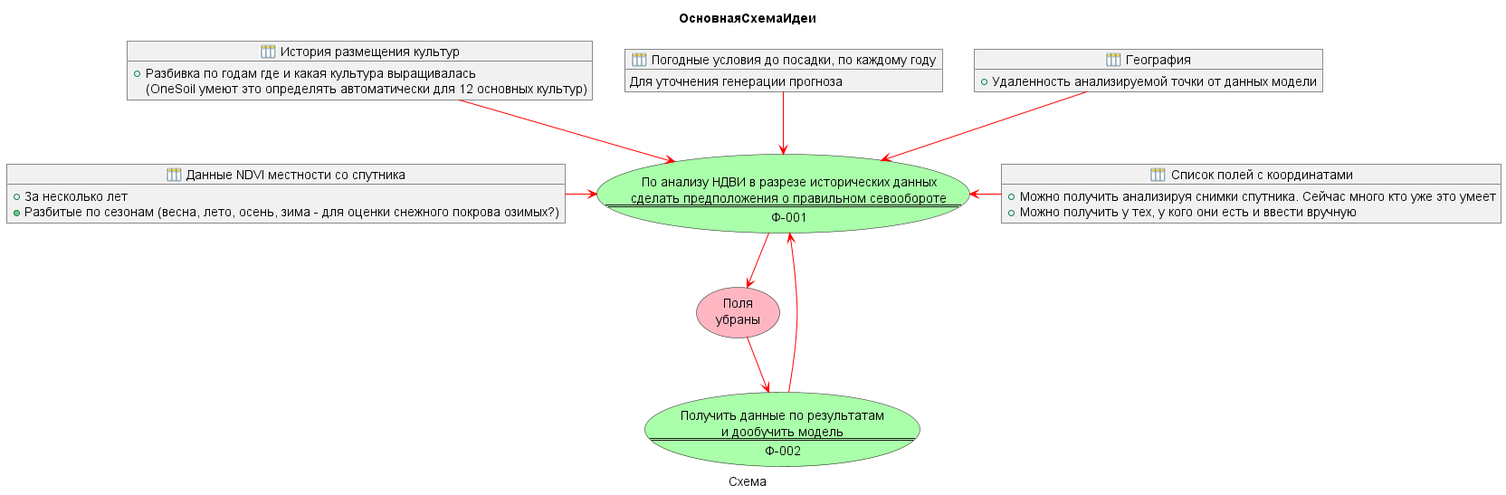
This is out/mainscheme/main.png from redokov/task1, a PlantUML export, as it was before one commit.
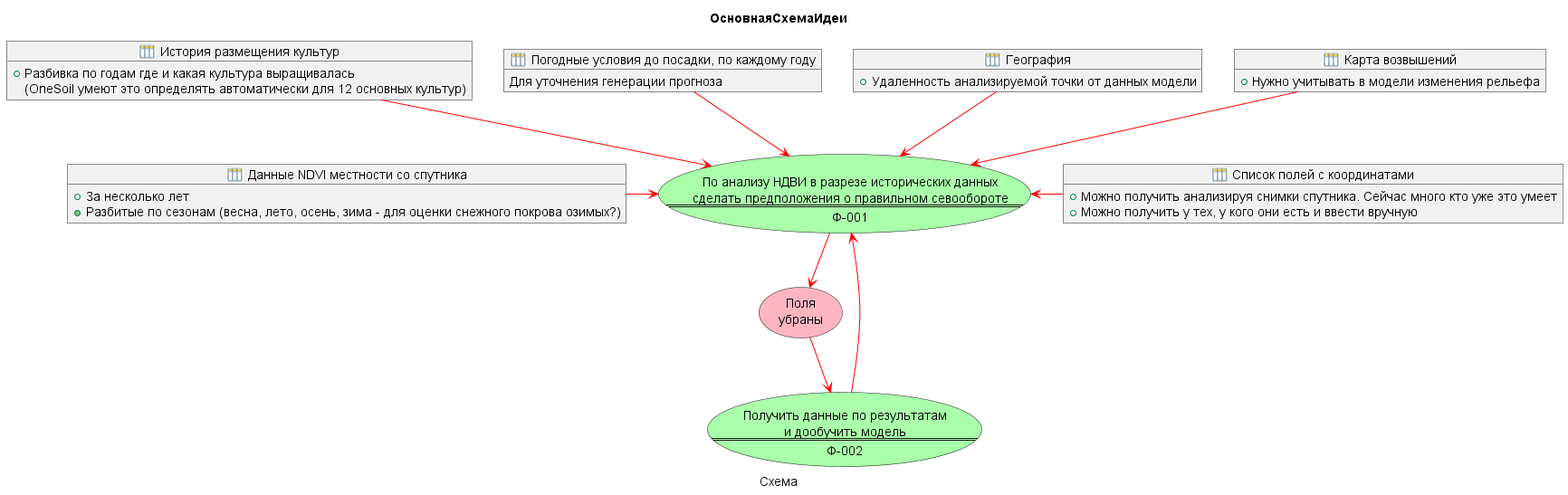
The same diagram one commit later.

Diff of the diagram source:
```diff
@@ -65,6 +65,10 @@
    + Удаленность анализируемой точки от данных модели
 }
 
+_Справочник(Элев, "Карта возвышений"){
+   + Нужно учитывать в модели изменения рельефа
+}
+
 usecase С.1 as "Поля
  убраны"
 
@@ -74,6 +78,7 @@
 ====
 Ф-002"
 
+Элев -d-> Ф.1
 Гео -d-> Ф.1
 Погода -d-> Ф.1
 НДВИ -r-> Ф.1
```
